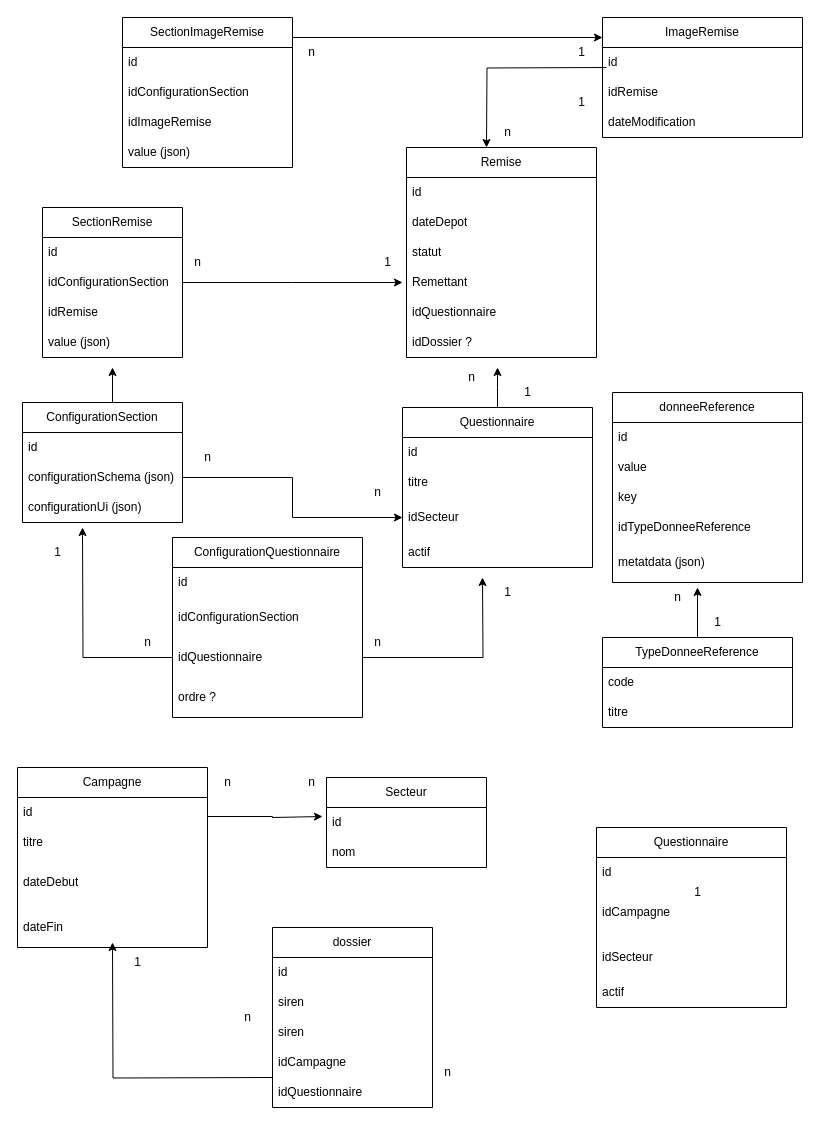
This is MPD-REM-DOS.drawio from hamzabelk/conception, a draw.io file, before an edit. Source tidied: cells renumbered, new cells numbered last; positions are measured from the earlier drawing's top-left corner, leaving out a move shared by most shapes. Both pictures are drawn from the tidied source at 100%, with x=0, y=0 at pixel (17, 17).
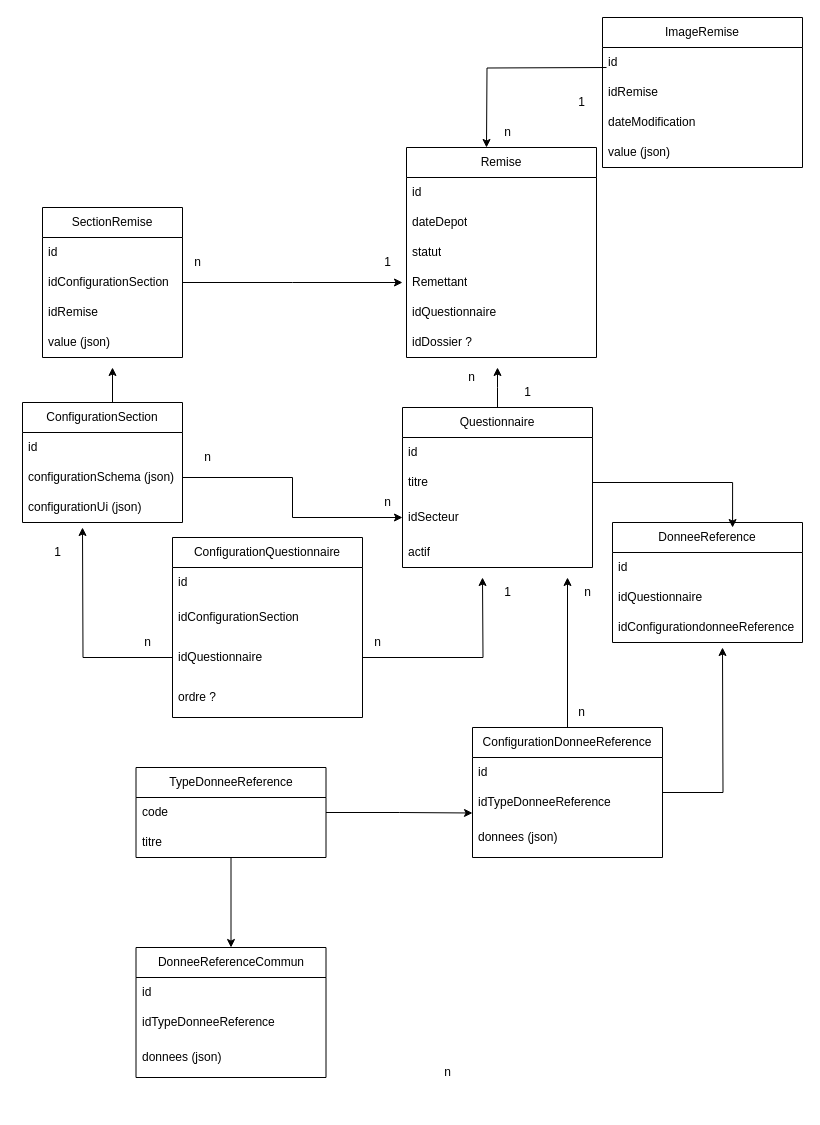
After the change.

The change refers to these unchanged cells:
```xml
<mxCell id="72" value="titre" style="text;strokeColor=none;fillColor=none;align=left;verticalAlign=middle;spacingLeft=4;spacingRight=4;overflow=hidden;points=[[0,0.5],[1,0.5]];portConstraint=eastwest;whiteSpace=wrap;html=1;" parent="70" vertex="1">
  <mxGeometry y="60" width="190" height="30" as="geometry" />
</mxCell>
<mxCell id="85" value="code" style="text;strokeColor=none;fillColor=none;align=left;verticalAlign=middle;spacingLeft=4;spacingRight=4;overflow=hidden;points=[[0,0.5],[1,0.5]];portConstraint=eastwest;whiteSpace=wrap;html=1;" parent="84" vertex="1">
  <mxGeometry y="30" width="190" height="30" as="geometry" />
</mxCell>
```

The edit, as a diff of the source:
```diff
@@
-    <mxCell id="9" value="Questionnaire" style="swimlane;fontStyle=0;horizontal=1;startSize=30;whiteSpace=wrap;html=1;" parent="1" vertex="1">
-      <mxGeometry x="579" y="810" width="190" height="180" as="geometry" />
-    </mxCell>
-    <mxCell id="10" value="id" style="text;strokeColor=none;fillColor=none;align=left;verticalAlign=middle;spacingLeft=4;spacingRight=4;overflow=hidden;whiteSpace=wrap;html=1;" parent="9" vertex="1">
-      <mxGeometry y="30" width="190" height="30" as="geometry" />
-    </mxCell>
-    <mxCell id="11" value="idCampagne" style="text;strokeColor=none;fillColor=none;align=left;verticalAlign=middle;spacingLeft=4;spacingRight=4;overflow=hidden;whiteSpace=wrap;html=1;" parent="9" vertex="1">
-      <mxGeometry y="60" width="190" height="50" as="geometry" />
-    </mxCell>
-    <mxCell id="12" value="idSecteur" style="text;strokeColor=none;fillColor=none;align=left;verticalAlign=middle;spacingLeft=4;spacingRight=4;overflow=hidden;whiteSpace=wrap;html=1;" parent="9" vertex="1">
-      <mxGeometry y="110" width="190" height="40" as="geometry" />
-    </mxCell>
-    <mxCell id="13" value="actif" style="text;strokeColor=none;fillColor=none;align=left;verticalAlign=middle;spacingLeft=4;spacingRight=4;overflow=hidden;whiteSpace=wrap;html=1;" parent="9" vertex="1">
-      <mxGeometry y="150" width="190" height="30" as="geometry" />
-    </mxCell>
@@
     <mxCell id="26" value="ImageRemise" style="swimlane;fontStyle=0;horizontal=1;startSize=30;whiteSpace=wrap;html=1;" parent="1" vertex="1">
-      <mxGeometry x="585" width="200" height="120" as="geometry" />
+      <mxGeometry x="585" width="200" height="150" as="geometry" />
     </mxCell>
@@
+    <mxCell id="98" value="dateModification" style="text;strokeColor=none;fillColor=none;align=left;verticalAlign=middle;spacingLeft=4;spacingRight=4;overflow=hidden;whiteSpace=wrap;html=1;" parent="26" vertex="1">
+      <mxGeometry y="90" width="200" height="30" as="geometry" />
+    </mxCell>
-    <mxCell id="29" value="dateModification" style="text;strokeColor=none;fillColor=none;align=left;verticalAlign=middle;spacingLeft=4;spacingRight=4;overflow=hidden;whiteSpace=wrap;html=1;" parent="26" vertex="1">
-      <mxGeometry y="90" width="200" height="30" as="geometry" />
+    <mxCell id="29" value="value (json)" style="text;strokeColor=none;fillColor=none;align=left;verticalAlign=middle;spacingLeft=4;spacingRight=4;overflow=hidden;whiteSpace=wrap;html=1;" parent="26" vertex="1">
+      <mxGeometry y="120" width="200" height="30" as="geometry" />
     </mxCell>
-    <mxCell id="30" value="Campagne" style="swimlane;fontStyle=0;horizontal=1;startSize=30;whiteSpace=wrap;html=1;" parent="1" vertex="1">
-      <mxGeometry y="750" width="190" height="180" as="geometry" />
-    </mxCell>
-    <mxCell id="31" value="id" style="text;strokeColor=none;fillColor=none;align=left;verticalAlign=middle;spacingLeft=4;spacingRight=4;overflow=hidden;whiteSpace=wrap;html=1;" parent="30" vertex="1">
-      <mxGeometry y="30" width="190" height="30" as="geometry" />
-    </mxCell>
-    <mxCell id="32" value="titre" style="text;strokeColor=none;fillColor=none;align=left;verticalAlign=middle;spacingLeft=4;spacingRight=4;overflow=hidden;whiteSpace=wrap;html=1;" parent="30" vertex="1">
-      <mxGeometry y="60" width="190" height="30" as="geometry" />
-    </mxCell>
-    <mxCell id="33" value="dateDebut" style="text;strokeColor=none;fillColor=none;align=left;verticalAlign=middle;spacingLeft=4;spacingRight=4;overflow=hidden;whiteSpace=wrap;html=1;" parent="30" vertex="1">
-      <mxGeometry y="90" width="190" height="50" as="geometry" />
-    </mxCell>
-    <mxCell id="34" value="dateFin" style="text;strokeColor=none;fillColor=none;align=left;verticalAlign=middle;spacingLeft=4;spacingRight=4;overflow=hidden;whiteSpace=wrap;html=1;" parent="30" vertex="1">
-      <mxGeometry y="140" width="190" height="40" as="geometry" />
-    </mxCell>
-    <mxCell id="35" value="Secteur" style="swimlane;fontStyle=0;horizontal=1;startSize=30;whiteSpace=wrap;html=1;" parent="1" vertex="1">
-      <mxGeometry x="309" y="760" width="160" height="90" as="geometry" />
-    </mxCell>
-    <mxCell id="36" value="id" style="text;strokeColor=none;fillColor=none;align=left;verticalAlign=middle;spacingLeft=4;spacingRight=4;overflow=hidden;whiteSpace=wrap;html=1;" parent="35" vertex="1">
-      <mxGeometry y="30" width="160" height="30" as="geometry" />
-    </mxCell>
-    <mxCell id="37" value="nom" style="text;strokeColor=none;fillColor=none;align=left;verticalAlign=middle;spacingLeft=4;spacingRight=4;overflow=hidden;whiteSpace=wrap;html=1;" parent="35" vertex="1">
-      <mxGeometry y="60" width="160" height="30" as="geometry" />
-    </mxCell>
@@
-    <mxCell id="45" value="n" style="text;html=1;align=center;verticalAlign=middle;strokeColor=none;fillColor=none;" parent="1" vertex="1">
-      <mxGeometry x="278.5" y="750" width="30" height="30" as="geometry" />
-    </mxCell>
-    <mxCell id="46" value="n" style="text;html=1;align=center;verticalAlign=middle;strokeColor=none;fillColor=none;" parent="1" vertex="1">
-      <mxGeometry x="195" y="750" width="30" height="30" as="geometry" />
-    </mxCell>
-    <mxCell id="47" value="dossier" style="swimlane;fontStyle=0;horizontal=1;startSize=30;whiteSpace=wrap;html=1;" parent="1" vertex="1">
-      <mxGeometry x="255" y="910" width="160" height="180" as="geometry" />
-    </mxCell>
-    <mxCell id="48" value="id" style="text;strokeColor=none;fillColor=none;align=left;verticalAlign=middle;spacingLeft=4;spacingRight=4;overflow=hidden;whiteSpace=wrap;html=1;" parent="47" vertex="1">
-      <mxGeometry y="30" width="160" height="30" as="geometry" />
-    </mxCell>
-    <mxCell id="49" value="&lt;div&gt;&lt;div&gt;siren&lt;/div&gt;&lt;/div&gt;" style="text;strokeColor=none;fillColor=none;align=left;verticalAlign=middle;spacingLeft=4;spacingRight=4;overflow=hidden;whiteSpace=wrap;html=1;" parent="47" vertex="1">
-      <mxGeometry y="60" width="160" height="30" as="geometry" />
-    </mxCell>
-    <mxCell id="50" value="&lt;div&gt;&lt;div&gt;siren&lt;/div&gt;&lt;/div&gt;" style="text;strokeColor=none;fillColor=none;align=left;verticalAlign=middle;spacingLeft=4;spacingRight=4;overflow=hidden;whiteSpace=wrap;html=1;" parent="47" vertex="1">
-      <mxGeometry y="90" width="160" height="30" as="geometry" />
-    </mxCell>
-    <mxCell id="51" value="idCampagne" style="text;strokeColor=none;fillColor=none;align=left;verticalAlign=middle;spacingLeft=4;spacingRight=4;overflow=hidden;whiteSpace=wrap;html=1;" parent="47" vertex="1">
-      <mxGeometry y="120" width="160" height="30" as="geometry" />
-    </mxCell>
-    <mxCell id="52" value="&lt;div&gt;&lt;div&gt;idQuestionnaire&lt;/div&gt;&lt;/div&gt;" style="text;strokeColor=none;fillColor=none;align=left;verticalAlign=middle;spacingLeft=4;spacingRight=4;overflow=hidden;whiteSpace=wrap;html=1;" parent="47" vertex="1">
-      <mxGeometry y="150" width="160" height="30" as="geometry" />
-    </mxCell>
@@
-    <mxCell id="54" value="1" style="text;html=1;align=center;verticalAlign=middle;strokeColor=none;fillColor=none;" parent="1" vertex="1">
-      <mxGeometry x="665" y="860" width="30" height="30" as="geometry" />
-    </mxCell>
-    <mxCell id="55" value="n" style="text;html=1;align=center;verticalAlign=middle;strokeColor=none;fillColor=none;" parent="1" vertex="1">
-      <mxGeometry x="215" y="985" width="30" height="30" as="geometry" />
-    </mxCell>
-    <mxCell id="56" value="1" style="text;html=1;align=center;verticalAlign=middle;strokeColor=none;fillColor=none;" parent="1" vertex="1">
-      <mxGeometry x="105" y="930" width="30" height="30" as="geometry" />
-    </mxCell>
@@
-    <mxCell id="60" value="SectionImageRemise" style="swimlane;fontStyle=0;horizontal=1;startSize=30;whiteSpace=wrap;html=1;" parent="1" vertex="1">
-      <mxGeometry x="105" width="170" height="150" as="geometry" />
-    </mxCell>
-    <mxCell id="61" value="id" style="text;strokeColor=none;fillColor=none;align=left;verticalAlign=middle;spacingLeft=4;spacingRight=4;overflow=hidden;whiteSpace=wrap;html=1;" parent="60" vertex="1">
-      <mxGeometry y="30" width="170" height="30" as="geometry" />
-    </mxCell>
-    <mxCell id="62" value="idConfigurationSection" style="text;strokeColor=none;fillColor=none;align=left;verticalAlign=middle;spacingLeft=4;spacingRight=4;overflow=hidden;whiteSpace=wrap;html=1;" parent="60" vertex="1">
-      <mxGeometry y="60" width="170" height="30" as="geometry" />
-    </mxCell>
-    <mxCell id="63" value="idImageRemise" style="text;strokeColor=none;fillColor=none;align=left;verticalAlign=middle;spacingLeft=4;spacingRight=4;overflow=hidden;whiteSpace=wrap;html=1;" parent="60" vertex="1">
-      <mxGeometry y="90" width="170" height="30" as="geometry" />
-    </mxCell>
-    <mxCell id="64" value="value (json)" style="text;strokeColor=none;fillColor=none;align=left;verticalAlign=middle;spacingLeft=4;spacingRight=4;overflow=hidden;whiteSpace=wrap;html=1;" parent="60" vertex="1">
-      <mxGeometry y="120" width="170" height="30" as="geometry" />
-    </mxCell>
-    <mxCell id="65" style="edgeStyle=orthogonalEdgeStyle;rounded=0;orthogonalLoop=1;jettySize=auto;html=1;entryX=0;entryY=0.5;entryDx=0;entryDy=0;" parent="1" edge="1">
-      <mxGeometry relative="1" as="geometry">
-        <mxPoint x="275" y="20" as="sourcePoint" />
-        <mxPoint x="585" y="20" as="targetPoint" />
-      </mxGeometry>
-    </mxCell>
-    <mxCell id="66" value="1" style="text;html=1;align=center;verticalAlign=middle;strokeColor=none;fillColor=none;" parent="1" vertex="1">
-      <mxGeometry x="549" y="20" width="30" height="30" as="geometry" />
-    </mxCell>
-    <mxCell id="67" value="n" style="text;html=1;align=center;verticalAlign=middle;strokeColor=none;fillColor=none;" parent="1" vertex="1">
-      <mxGeometry x="278.5" y="20" width="30" height="30" as="geometry" />
-    </mxCell>
     <mxCell id="68" value="n" style="text;html=1;align=center;verticalAlign=middle;strokeColor=none;fillColor=none;" parent="1" vertex="1">
-      <mxGeometry x="345" y="460" width="30" height="30" as="geometry" />
+      <mxGeometry x="355" y="470" width="30" height="30" as="geometry" />
     </mxCell>
@@
+    <mxCell id="99" style="edgeStyle=orthogonalEdgeStyle;rounded=0;jettySize=auto;html=1;" parent="1" edge="1" source="77">
+      <mxGeometry relative="1" as="geometry">
+        <mxPoint x="550" y="560" as="targetPoint" />
+      </mxGeometry>
+    </mxCell>
+    <mxCell id="100" style="edgeStyle=orthogonalEdgeStyle;rounded=0;jettySize=auto;html=1;" parent="1" edge="1" source="77">
+      <mxGeometry relative="1" as="geometry">
+        <mxPoint x="705" y="630" as="targetPoint" />
+      </mxGeometry>
+    </mxCell>
-    <mxCell id="77" value="donneeReference" style="swimlane;fontStyle=0;horizontal=1;startSize=30;whiteSpace=wrap;html=1;" parent="1" vertex="1">
-      <mxGeometry x="595" y="375" width="190" height="190" as="geometry" />
+    <mxCell id="77" value="&lt;div&gt;ConfigurationDonneeReference&lt;/div&gt;" style="swimlane;fontStyle=0;horizontal=1;startSize=30;whiteSpace=wrap;html=1;" parent="1" vertex="1">
+      <mxGeometry x="455" y="710" width="190" height="130" as="geometry" />
     </mxCell>
@@
-    <mxCell id="79" value="value" style="text;strokeColor=none;fillColor=none;align=left;verticalAlign=middle;spacingLeft=4;spacingRight=4;overflow=hidden;whiteSpace=wrap;html=1;" parent="77" vertex="1">
-      <mxGeometry y="60" width="190" height="30" as="geometry" />
-    </mxCell>
-    <mxCell id="80" value="key" style="text;strokeColor=none;fillColor=none;align=left;verticalAlign=middle;spacingLeft=4;spacingRight=4;overflow=hidden;whiteSpace=wrap;html=1;" parent="77" vertex="1">
-      <mxGeometry y="90" width="190" height="30" as="geometry" />
-    </mxCell>
     <mxCell id="81" value="idTypeDonneeReference" style="text;strokeColor=none;fillColor=none;align=left;verticalAlign=middle;spacingLeft=4;spacingRight=4;overflow=hidden;points=[[0,0.5],[1,0.5]];portConstraint=eastwest;whiteSpace=wrap;html=1;" parent="77" vertex="1">
-      <mxGeometry y="120" width="190" height="30" as="geometry" />
+      <mxGeometry y="60" width="190" height="30" as="geometry" />
     </mxCell>
-    <mxCell id="82" value="metatdata (json)" style="text;strokeColor=none;fillColor=none;align=left;verticalAlign=middle;spacingLeft=4;spacingRight=4;overflow=hidden;whiteSpace=wrap;html=1;" parent="77" vertex="1">
-      <mxGeometry y="150" width="190" height="40" as="geometry" />
+    <mxCell id="82" value="donnees (json)" style="text;strokeColor=none;fillColor=none;align=left;verticalAlign=middle;spacingLeft=4;spacingRight=4;overflow=hidden;whiteSpace=wrap;html=1;" parent="77" vertex="1">
+      <mxGeometry y="90" width="190" height="40" as="geometry" />
     </mxCell>
-    <mxCell id="83" style="edgeStyle=orthogonalEdgeStyle;rounded=0;jettySize=auto;html=1;" parent="1" edge="1" source="84">
-      <mxGeometry relative="1" as="geometry">
-        <mxPoint x="680" y="570" as="targetPoint" />
-      </mxGeometry>
-    </mxCell>
+    <mxCell id="101" style="edgeStyle=orthogonalEdgeStyle;rounded=0;jettySize=auto;html=1;entryX=0.5;entryY=0;entryDx=0;entryDy=0;" parent="1" edge="1" source="84" target="109">
+      <mxGeometry relative="1" as="geometry" />
+    </mxCell>
     <mxCell id="84" value="TypeDonneeReference" style="swimlane;fontStyle=0;horizontal=1;startSize=30;whiteSpace=wrap;html=1;" parent="1" vertex="1">
-      <mxGeometry x="585" y="620" width="190" height="90" as="geometry" />
+      <mxGeometry x="118.5" y="750" width="190" height="90" as="geometry" />
     </mxCell>
@@
-    <mxCell id="87" style="edgeStyle=orthogonalEdgeStyle;rounded=0;orthogonalLoop=1;jettySize=auto;html=1;" parent="1" edge="1">
-      <mxGeometry relative="1" as="geometry">
-        <mxPoint x="190" y="799" as="sourcePoint" />
-        <mxPoint x="305" y="799" as="targetPoint" />
-        <Array as="points">
-          <mxPoint x="255" y="799" />
-          <mxPoint x="255" y="800" />
-        </Array>
-      </mxGeometry>
-    </mxCell>
-    <mxCell id="88" style="edgeStyle=orthogonalEdgeStyle;rounded=0;orthogonalLoop=1;jettySize=auto;html=1;" parent="1" edge="1">
-      <mxGeometry relative="1" as="geometry">
-        <mxPoint x="255" y="1060" as="sourcePoint" />
-        <mxPoint x="95" y="925" as="targetPoint" />
-      </mxGeometry>
-    </mxCell>
-    <mxCell id="89" value="n" style="text;html=1;align=center;verticalAlign=middle;strokeColor=none;fillColor=none;" parent="1" vertex="1">
-      <mxGeometry x="645" y="565" width="30" height="30" as="geometry" />
-    </mxCell>
-    <mxCell id="90" value="1" style="text;html=1;align=center;verticalAlign=middle;strokeColor=none;fillColor=none;" parent="1" vertex="1">
-      <mxGeometry x="685" y="590" width="30" height="30" as="geometry" />
-    </mxCell>
@@
+    <mxCell id="102" value="n" style="text;html=1;align=center;verticalAlign=middle;strokeColor=none;fillColor=none;" parent="1" vertex="1">
+      <mxGeometry x="555" y="560" width="30" height="30" as="geometry" />
+    </mxCell>
+    <mxCell id="103" value="n" style="text;html=1;align=center;verticalAlign=middle;strokeColor=none;fillColor=none;" parent="1" vertex="1">
+      <mxGeometry x="549" y="680" width="30" height="30" as="geometry" />
+    </mxCell>
+    <mxCell id="104" style="edgeStyle=orthogonalEdgeStyle;rounded=0;jettySize=auto;html=1;entryX=0;entryY=0.85;entryDx=0;entryDy=0;entryPerimeter=0;" parent="1" edge="1" source="85" target="81">
+      <mxGeometry relative="1" as="geometry" />
+    </mxCell>
+    <mxCell id="105" value="DonneeReference" style="swimlane;fontStyle=0;horizontal=1;startSize=30;whiteSpace=wrap;html=1;" parent="1" vertex="1">
+      <mxGeometry x="595" y="505" width="190" height="120" as="geometry" />
+    </mxCell>
+    <mxCell id="106" value="id" style="text;strokeColor=none;fillColor=none;align=left;verticalAlign=middle;spacingLeft=4;spacingRight=4;overflow=hidden;whiteSpace=wrap;html=1;" parent="105" vertex="1">
+      <mxGeometry y="30" width="190" height="30" as="geometry" />
+    </mxCell>
+    <mxCell id="52" value="idQuestionnaire" style="text;strokeColor=none;fillColor=none;align=left;verticalAlign=middle;spacingLeft=4;spacingRight=4;overflow=hidden;whiteSpace=wrap;html=1;" parent="105" vertex="1">
+      <mxGeometry y="60" width="190" height="30" as="geometry" />
+    </mxCell>
+    <mxCell id="107" value="idConfigurationdonneeReference" style="text;strokeColor=none;fillColor=none;align=left;verticalAlign=middle;spacingLeft=4;spacingRight=4;overflow=hidden;whiteSpace=wrap;html=1;" parent="105" vertex="1">
+      <mxGeometry y="90" width="190" height="30" as="geometry" />
+    </mxCell>
+    <mxCell id="108" style="edgeStyle=orthogonalEdgeStyle;rounded=0;jettySize=auto;html=1;entryX=0.632;entryY=0.042;entryDx=0;entryDy=0;entryPerimeter=0;" parent="1" edge="1" source="72" target="105">
+      <mxGeometry relative="1" as="geometry" />
+    </mxCell>
+    <mxCell id="109" value="&lt;div&gt;DonneeReferenceCommun&lt;/div&gt;" style="swimlane;fontStyle=0;horizontal=1;startSize=30;whiteSpace=wrap;html=1;" parent="1" vertex="1">
+      <mxGeometry x="118.5" y="930" width="190" height="130" as="geometry" />
+    </mxCell>
+    <mxCell id="110" value="id" style="text;strokeColor=none;fillColor=none;align=left;verticalAlign=middle;spacingLeft=4;spacingRight=4;overflow=hidden;whiteSpace=wrap;html=1;" parent="109" vertex="1">
+      <mxGeometry y="30" width="190" height="30" as="geometry" />
+    </mxCell>
+    <mxCell id="111" value="idTypeDonneeReference" style="text;strokeColor=none;fillColor=none;align=left;verticalAlign=middle;spacingLeft=4;spacingRight=4;overflow=hidden;whiteSpace=wrap;html=1;" parent="109" vertex="1">
+      <mxGeometry y="60" width="190" height="30" as="geometry" />
+    </mxCell>
+    <mxCell id="112" value="donnees (json)" style="text;strokeColor=none;fillColor=none;align=left;verticalAlign=middle;spacingLeft=4;spacingRight=4;overflow=hidden;whiteSpace=wrap;html=1;" parent="109" vertex="1">
+      <mxGeometry y="90" width="190" height="40" as="geometry" />
+    </mxCell>
```
